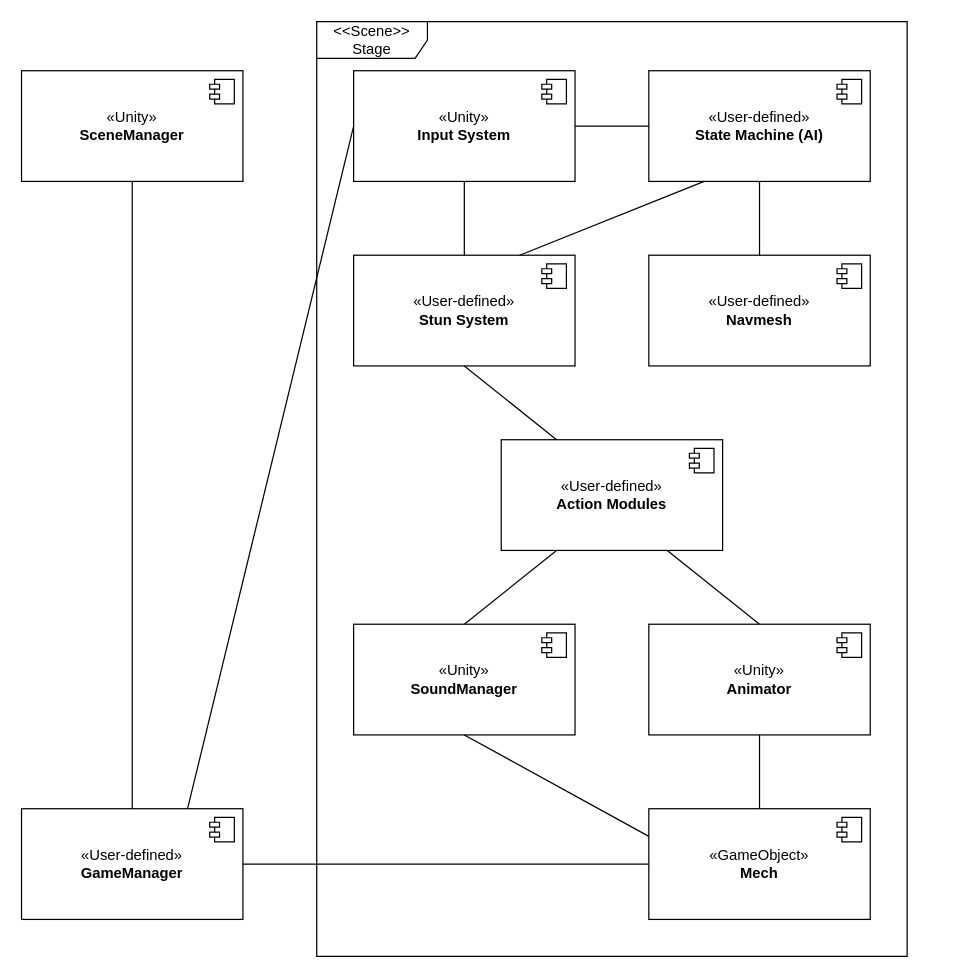
Above: page "Component Diagram" (11 of 11) of Diagrams/Mechanics Overview.drawio in NotTom31/MechroKnights (draw.io), before the change. Source tidied: cells renumbered, new cells numbered last; positions are measured from the earlier drawing's top-left corner, leaving out a move shared by most shapes. Both pictures are drawn from the tidied source at 123%, with x=0, y=0 at pixel (21, 21).
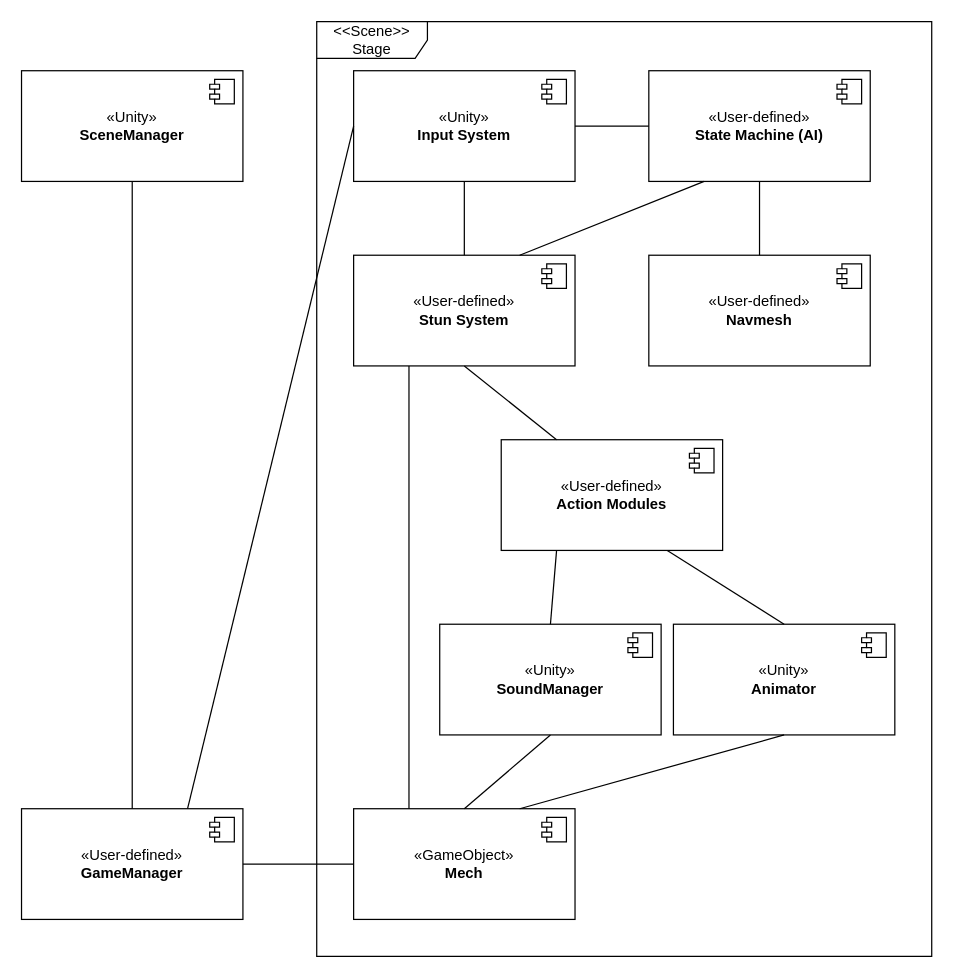
After the change.

Commit message (it also covers changes not shown here):
Component Diagram Pass

Unchanged cells that the change refers to:
```xml
<mxCell id="16" value="«User-defined»&lt;br&gt;&lt;b&gt;Stun System&lt;/b&gt;" style="html=1;whiteSpace=wrap;" parent="1" vertex="1">
  <mxGeometry x="270" y="190" width="180" height="90" as="geometry" />
</mxCell>
```

Diff of the diagram source:
```diff
@@
     <mxCell id="8" value="«Unity»&lt;br&gt;&lt;b&gt;SoundManager&lt;/b&gt;" style="html=1;whiteSpace=wrap;" parent="1" vertex="1">
-      <mxGeometry x="270" y="490" width="180" height="90" as="geometry" />
+      <mxGeometry x="340" y="490" width="180" height="90" as="geometry" />
     </mxCell>
@@
     <mxCell id="10" value="«Unity»&lt;br&gt;&lt;b&gt;Animator&lt;/b&gt;" style="html=1;whiteSpace=wrap;" parent="1" vertex="1">
-      <mxGeometry x="510" y="490" width="180" height="90" as="geometry" />
+      <mxGeometry x="530" y="490" width="180" height="90" as="geometry" />
     </mxCell>
@@
     <mxCell id="25" value="«GameObject»&lt;br&gt;&lt;b&gt;Mech&lt;/b&gt;" style="html=1;whiteSpace=wrap;" parent="1" vertex="1">
-      <mxGeometry x="510" y="640" width="180" height="90" as="geometry" />
+      <mxGeometry x="270" y="640" width="180" height="90" as="geometry" />
     </mxCell>
@@
-    <mxCell id="27" style="endArrow=none;html=1;rounded=0;entryX=0.5;entryY=1;entryDx=0;entryDy=0;exitX=0.5;exitY=0;exitDx=0;exitDy=0;" parent="1" edge="1" source="25" target="10">
+    <mxCell id="27" style="endArrow=none;html=1;rounded=0;entryX=0.5;entryY=1;entryDx=0;entryDy=0;exitX=0.75;exitY=0;exitDx=0;exitDy=0;" parent="1" edge="1" source="25" target="10">
       <mxGeometry relative="1" as="geometry" />
     </mxCell>
     <mxCell id="28" value="&amp;lt;&amp;lt;Scene&amp;gt;&amp;gt; Stage" style="shape=umlFrame;whiteSpace=wrap;html=1;width=90;height=30;" parent="1" vertex="1">
-      <mxGeometry x="240" width="480" height="760" as="geometry" />
+      <mxGeometry x="240" width="500" height="760" as="geometry" />
     </mxCell>
-    <mxCell id="29" style="endArrow=none;html=1;rounded=0;entryX=0;entryY=0.25;entryDx=0;entryDy=0;exitX=0.5;exitY=1;exitDx=0;exitDy=0;" parent="1" edge="1" source="8" target="25">
+    <mxCell id="29" style="endArrow=none;html=1;rounded=0;entryX=0.5;entryY=0;entryDx=0;entryDy=0;exitX=0.5;exitY=1;exitDx=0;exitDy=0;" parent="1" edge="1" source="8" target="25">
       <mxGeometry relative="1" as="geometry" />
     </mxCell>
@@
+    <mxCell id="35" style="endArrow=none;html=1;rounded=0;entryX=0.25;entryY=1;entryDx=0;entryDy=0;exitX=0.25;exitY=0;exitDx=0;exitDy=0;" parent="1" edge="1" source="25" target="16">
+      <mxGeometry relative="1" as="geometry" />
+    </mxCell>
```
